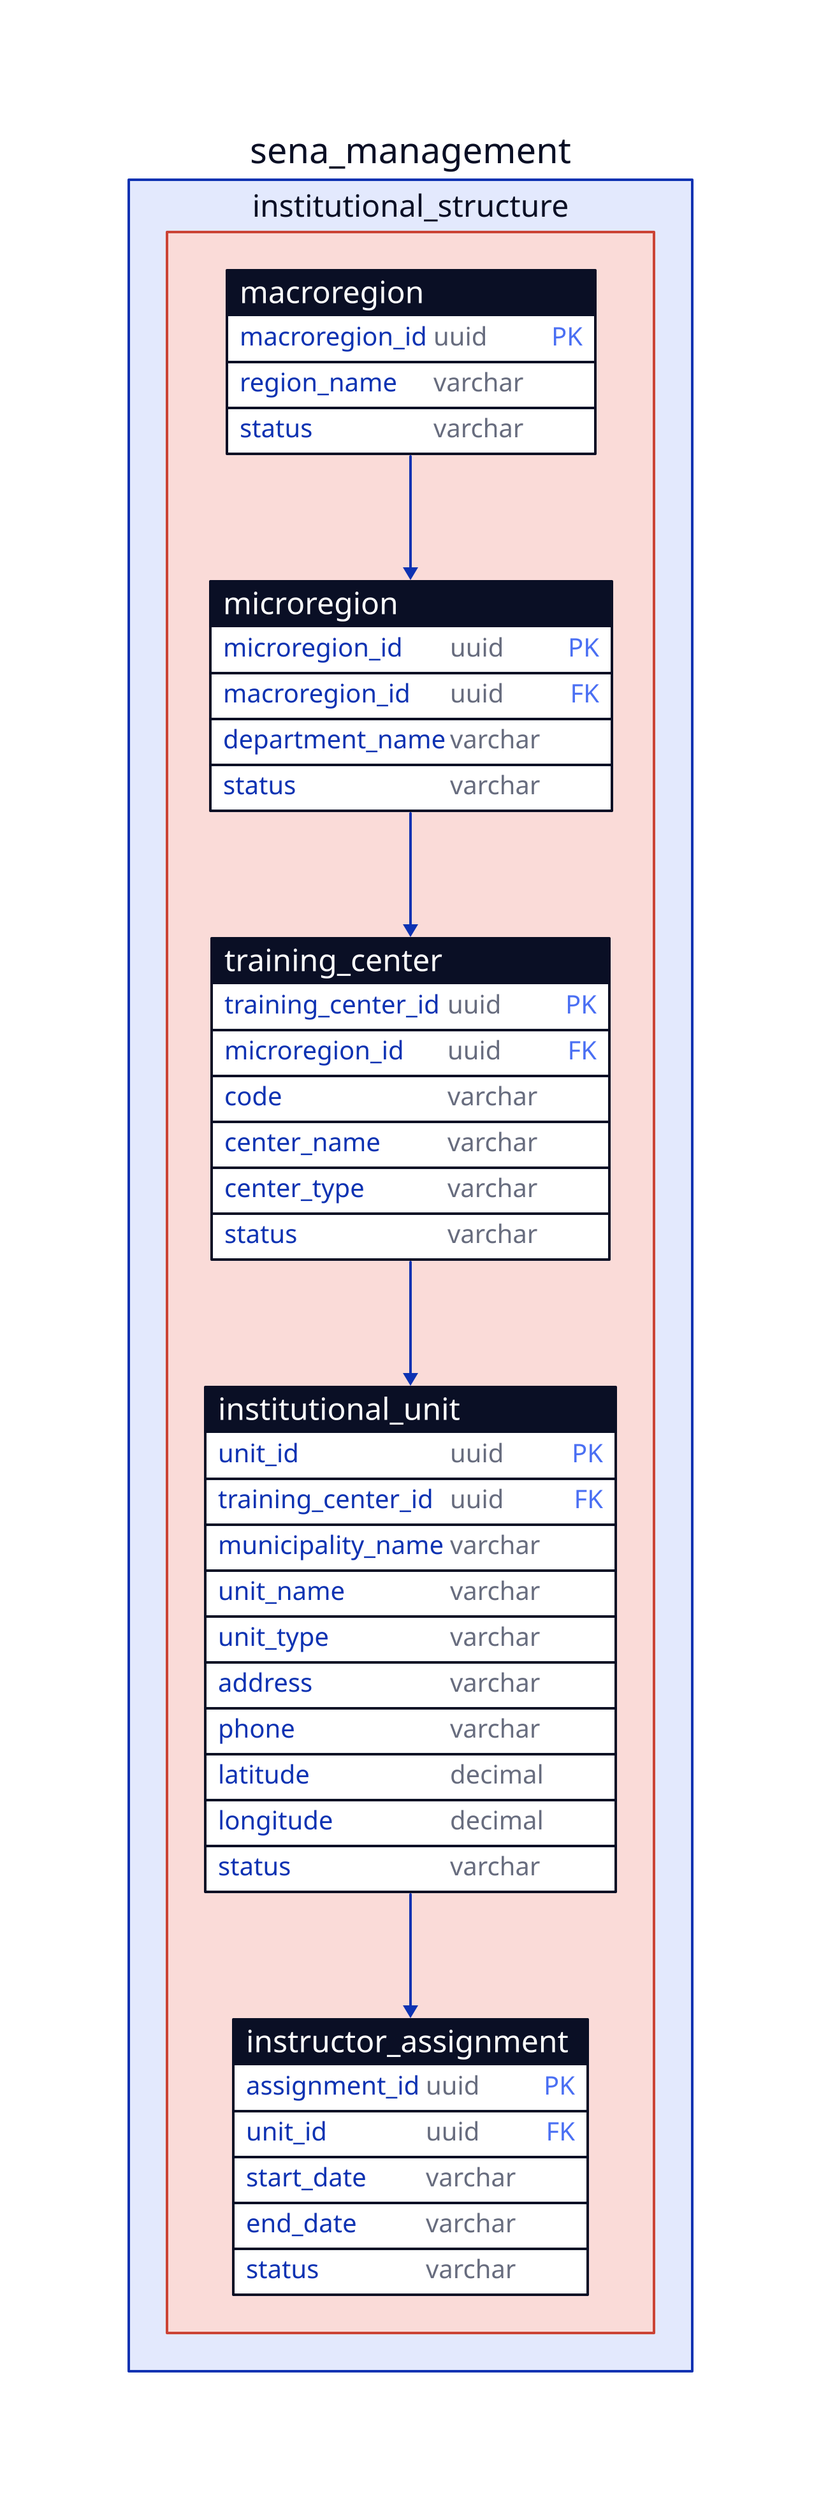
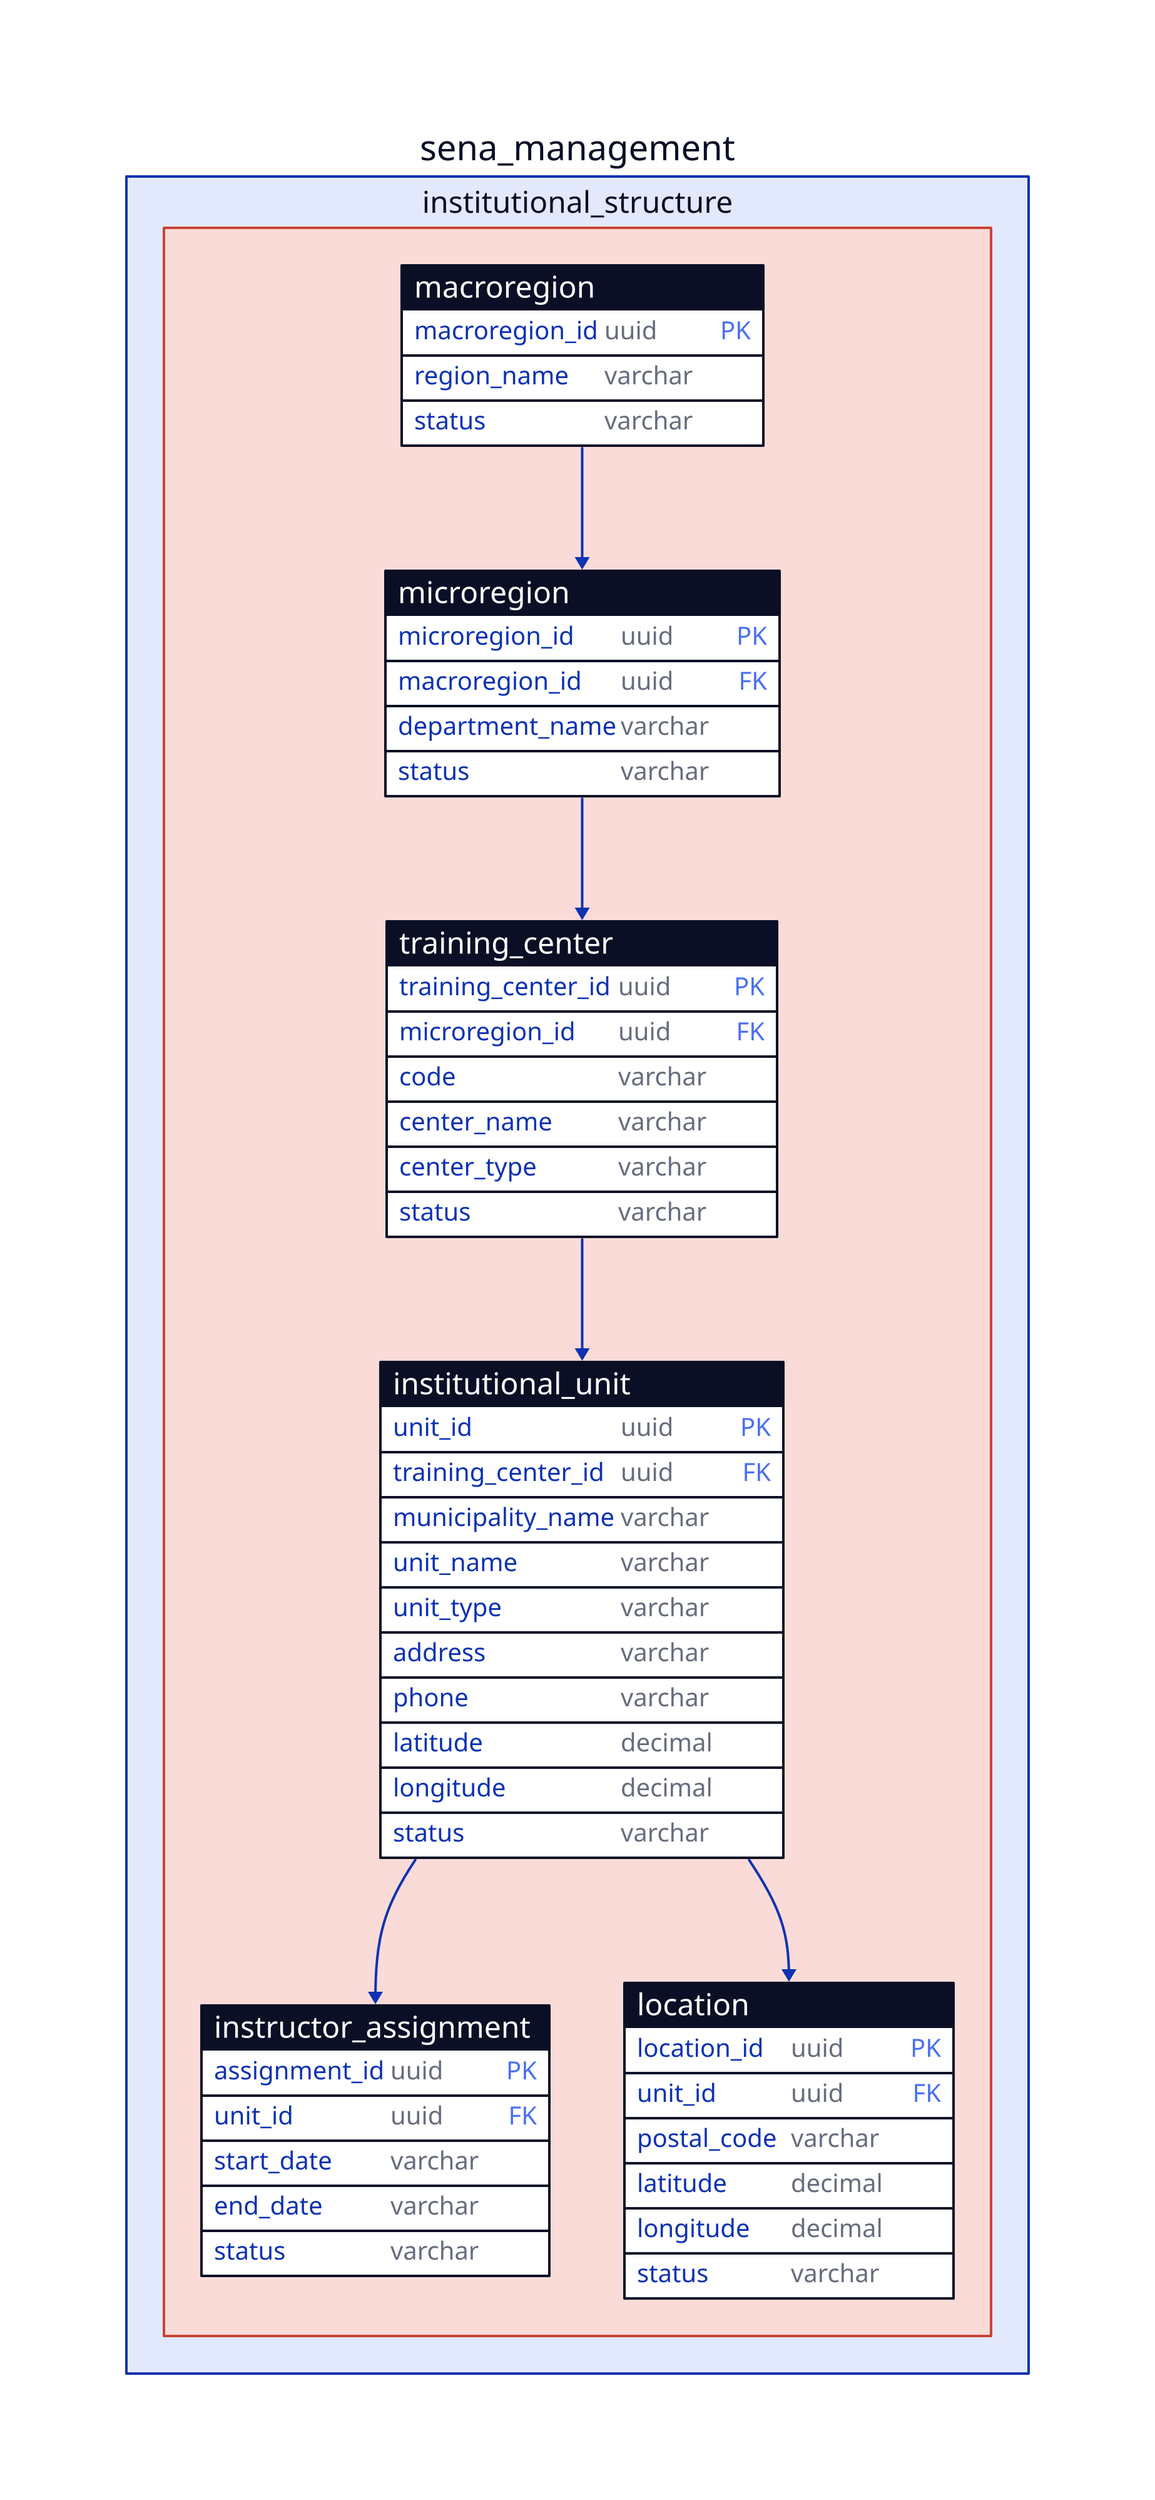
sena_management: {
  institutional_structure: {
    style.fill: "#FADBD8"
    style.stroke: "#CB4335"

    macroregion: {
      shape: sql_table

      macroregion_id: uuid {constraint: primary_key}
      region_name: varchar
      status: varchar
    }

    microregion: {
      shape: sql_table

      microregion_id: uuid {constraint: primary_key}
      macroregion_id: uuid {constraint: foreign_key}
      department_name: varchar
      status: varchar
    }

    training_center: {
      shape: sql_table

      training_center_id: uuid {constraint: primary_key}
      microregion_id: uuid {constraint: foreign_key}
      code: varchar
      center_name: varchar
      center_type: varchar
      status: varchar
    }

    institutional_unit: {
      shape: sql_table

      unit_id: uuid {constraint: primary_key}
      training_center_id: uuid {constraint: foreign_key}
      municipality_name: varchar
      unit_name: varchar
      unit_type: varchar
      address: varchar
      phone: varchar
      latitude: decimal
      longitude: decimal
      status: varchar
    }

    instructor_assignment: {
      shape: sql_table

      assignment_id: uuid {constraint: primary_key}
      unit_id: uuid {constraint: foreign_key}
      start_date: varchar
      end_date: varchar
      status: varchar
    }
+ 
+     location: {
+       shape: sql_table
+ 
+       location_id: uuid {constraint: primary_key}
+       unit_id: uuid {constraint: foreign_key}
+       postal_code: varchar
+       latitude: decimal
+       longitude: decimal
+       status: varchar
+     }
  }

  institutional_structure.macroregion.macroregion_id -> institutional_structure.microregion.macroregion_id

  institutional_structure.microregion.microregion_id -> institutional_structure.training_center.microregion_id

  institutional_structure.training_center.training_center_id -> institutional_structure.institutional_unit.training_center_id

  institutional_structure.institutional_unit.unit_id -> institutional_structure.instructor_assignment.unit_id
+ 
+   institutional_structure.institutional_unit.unit_id -> institutional_structure.location.unit_id
}
- 
